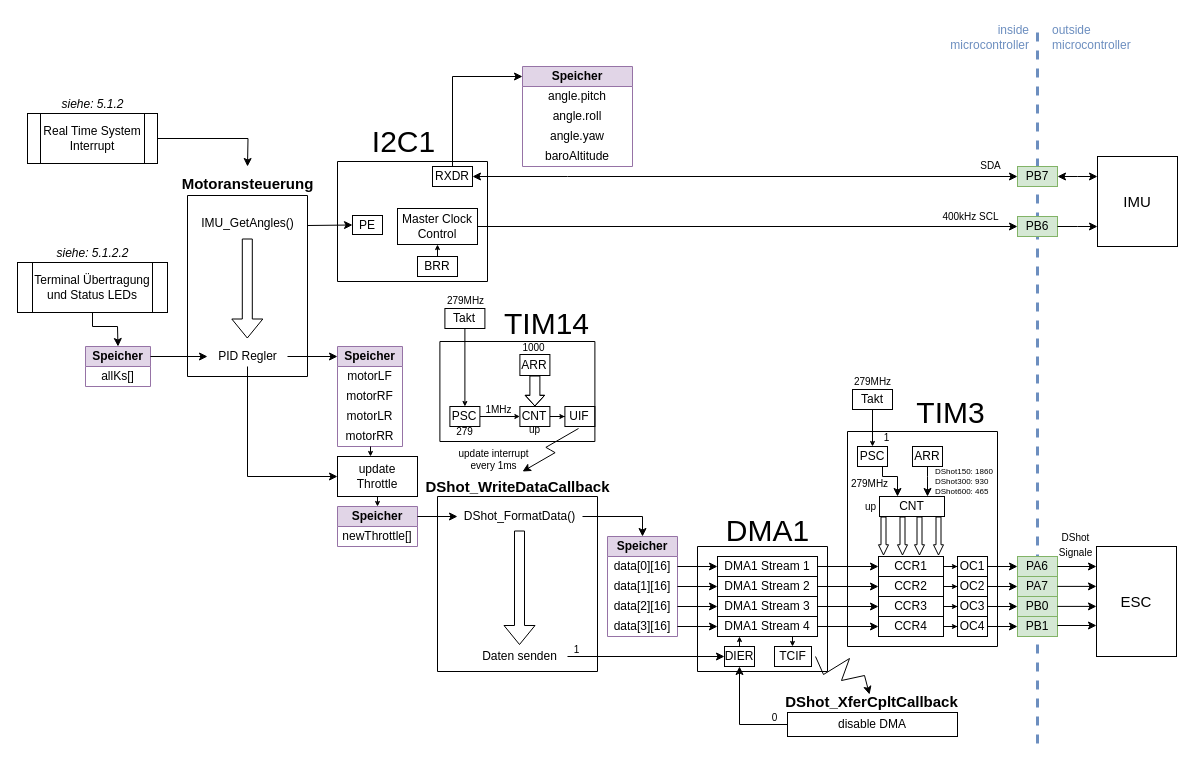
Before: page "Motoransteuerung" (4 of 5) of Dokumentation/Bilder/Softwarearchitektur/Softwarearchitektur.drawio in FrogMoment/FPV_Drohne_202324, a draw.io diagram. Source tidied: cells renumbered, new cells numbered last; positions are measured from the earlier drawing's top-left corner, leaving out a move shared by most shapes. Both pictures are drawn from the tidied source at 100%, with x=0, y=0 at pixel (17, 17).
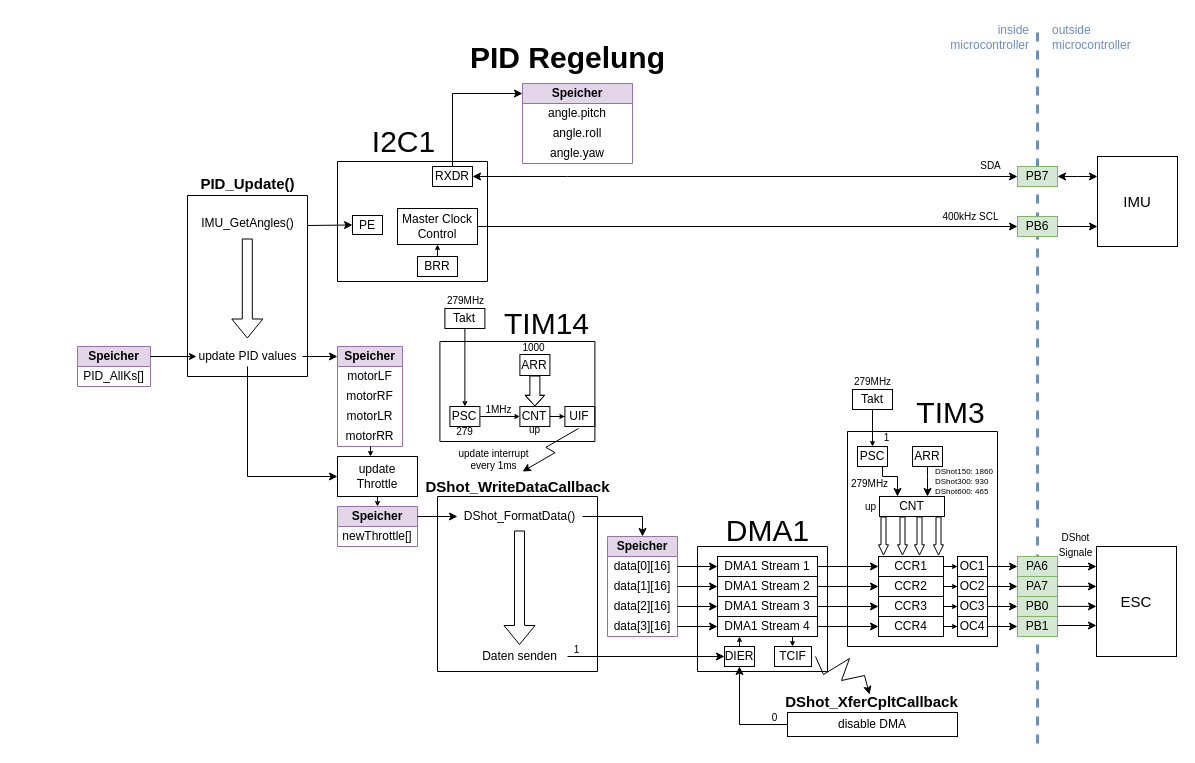
The same diagram, later.

Unchanged cells that the change refers to:
```xml
<mxCell id="21" value="RXDR" style="whiteSpace=wrap;html=1;" parent="1" vertex="1">
  <mxGeometry x="415" y="149" width="40" height="20" as="geometry" />
</mxCell>
```

What changed in the source:
```diff
@@
-    <mxCell id="3" value="&lt;font style=&quot;font-size: 15px;&quot;&gt;&lt;b&gt;Motoransteuerung&lt;/b&gt;&lt;/font&gt;" style="text;html=1;align=center;verticalAlign=middle;strokeColor=none;fillColor=none;" parent="1" vertex="1">
-      <mxGeometry x="150" y="151" width="160" height="30" as="geometry" />
+    <mxCell id="3" value="&lt;font style=&quot;font-size: 15px;&quot;&gt;&lt;b&gt;PID_Update()&lt;/b&gt;&lt;/font&gt;" style="text;html=1;align=center;verticalAlign=middle;strokeColor=none;fillColor=none;" parent="1" vertex="1">
+      <mxGeometry x="170" y="151" width="120" height="30" as="geometry" />
     </mxCell>
@@
-    <mxCell id="17" style="edgeStyle=orthogonalEdgeStyle;rounded=0;jettySize=auto;html=1;exitX=1;exitY=0.5;exitDx=0;exitDy=0;" parent="1" edge="1" source="18">
-      <mxGeometry relative="1" as="geometry">
-        <mxPoint x="230" y="149" as="targetPoint" />
-      </mxGeometry>
-    </mxCell>
-    <mxCell id="18" value="Real Time System&lt;br&gt;Interrupt" style="shape=process;whiteSpace=wrap;html=1;backgroundOutline=1;" parent="1" vertex="1">
-      <mxGeometry x="10" y="96" width="130" height="50" as="geometry" />
-    </mxCell>
-    <mxCell id="19" value="&lt;i&gt;siehe: 5.1.2&lt;/i&gt;" style="text;html=1;align=center;verticalAlign=middle;strokeColor=none;fillColor=none;" parent="1" vertex="1">
-      <mxGeometry x="30" y="72" width="90" height="30" as="geometry" />
-    </mxCell>
@@
     <mxCell id="29" value="&lt;b&gt;Speicher&lt;/b&gt;" style="swimlane;fontStyle=0;horizontal=1;startSize=20;whiteSpace=wrap;html=1;fillColor=#e1d5e7;strokeColor=#9673a6;" parent="1" vertex="1">
-      <mxGeometry x="505" y="49" width="110" height="100" as="geometry" />
+      <mxGeometry x="505" y="66" width="110" height="80" as="geometry" />
     </mxCell>
@@
-    <mxCell id="33" value="baroAltitude" style="text;strokeColor=none;fillColor=none;align=center;verticalAlign=middle;spacingLeft=4;spacingRight=4;overflow=hidden;whiteSpace=wrap;html=1;" parent="29" vertex="1">
-      <mxGeometry y="80" width="110" height="20" as="geometry" />
-    </mxCell>
@@
     <mxCell id="37" style="endArrow=classic;html=1;rounded=0;exitX=0.5;exitY=0;exitDx=0;exitDy=0;" parent="1" edge="1" source="21">
       <mxGeometry relative="1" as="geometry">
-        <mxPoint x="505" y="59" as="targetPoint" />
+        <mxPoint x="505" y="76" as="targetPoint" />
         <Array as="points">
-          <mxPoint x="435" y="59" />
+          <mxPoint x="435" y="76" />
         </Array>
       </mxGeometry>
     </mxCell>
@@
-    <mxCell id="39" value="PID Regler" style="text;html=1;align=center;verticalAlign=middle;strokeColor=none;fillColor=none;" parent="1" vertex="1">
-      <mxGeometry x="190" y="324" width="80" height="30" as="geometry" />
+    <mxCell id="39" value="update PID values" style="text;html=1;align=center;verticalAlign=middle;strokeColor=none;fillColor=none;" parent="1" vertex="1">
+      <mxGeometry x="170" y="324" width="120" height="30" as="geometry" />
     </mxCell>
     <mxCell id="40" value="&lt;b&gt;Speicher&lt;/b&gt;" style="swimlane;fontStyle=0;horizontal=1;startSize=20;whiteSpace=wrap;html=1;fillColor=#e1d5e7;strokeColor=#9673a6;" parent="1" vertex="1">
-      <mxGeometry x="68" y="329" width="65" height="40" as="geometry" />
+      <mxGeometry x="60" y="329" width="73" height="40" as="geometry" />
     </mxCell>
-    <mxCell id="41" value="&lt;font style=&quot;font-size: 12px;&quot;&gt;allKs[]&lt;/font&gt;" style="text;strokeColor=none;fillColor=none;align=center;verticalAlign=middle;spacingLeft=4;spacingRight=4;overflow=hidden;whiteSpace=wrap;html=1;" parent="40" vertex="1">
-      <mxGeometry y="20" width="65" height="20" as="geometry" />
+    <mxCell id="41" value="&lt;font style=&quot;font-size: 12px;&quot;&gt;PID_AllKs[]&lt;/font&gt;" style="text;strokeColor=none;fillColor=none;align=center;verticalAlign=middle;spacingLeft=4;spacingRight=4;overflow=hidden;whiteSpace=wrap;html=1;" parent="40" vertex="1">
+      <mxGeometry y="20" width="73" height="20" as="geometry" />
     </mxCell>
@@
-    <mxCell id="43" style="endArrow=classic;html=1;rounded=0;exitX=1;exitY=0.25;exitDx=0;exitDy=0;" parent="1" edge="1" source="40">
+    <mxCell id="43" style="endArrow=classic;html=1;rounded=0;exitX=1;exitY=0.25;exitDx=0;exitDy=0;endSize=5;" parent="1" edge="1" source="40">
       <mxGeometry relative="1" as="geometry">
-        <mxPoint x="190" y="339" as="targetPoint" />
+        <mxPoint x="179" y="339" as="targetPoint" />
       </mxGeometry>
     </mxCell>
-    <mxCell id="44" value="Terminal Übertragung&lt;br&gt;und Status LEDs" style="shape=process;whiteSpace=wrap;html=1;backgroundOutline=1;" parent="1" vertex="1">
-      <mxGeometry y="245" width="150" height="50" as="geometry" />
-    </mxCell>
-    <mxCell id="45" value="&lt;i&gt;siehe: 5.1.2.2&lt;/i&gt;" style="text;html=1;align=center;verticalAlign=middle;strokeColor=none;fillColor=none;" parent="1" vertex="1">
-      <mxGeometry x="25" y="221" width="100" height="30" as="geometry" />
-    </mxCell>
@@
     <mxCell id="51" style="endArrow=classic;html=1;rounded=0;" parent="1" edge="1">
       <mxGeometry relative="1" as="geometry">
-        <mxPoint x="270" y="339" as="sourcePoint" />
+        <mxPoint x="285" y="339" as="sourcePoint" />
         <mxPoint x="320" y="339" as="targetPoint" />
       </mxGeometry>
     </mxCell>
@@
-    <mxCell id="145" style="endArrow=classic;html=1;rounded=0;entryX=0.5;entryY=0;entryDx=0;entryDy=0;exitX=0.5;exitY=1;exitDx=0;exitDy=0;" parent="1" edge="1" source="44" target="40">
-      <mxGeometry relative="1" as="geometry">
-        <Array as="points">
-          <mxPoint x="75" y="309" />
-          <mxPoint x="100" y="309" />
-        </Array>
-      </mxGeometry>
-    </mxCell>
@@
+    <mxCell id="173" value="&lt;b&gt;&lt;font style=&quot;font-size: 30px;&quot;&gt;PID Regelung&lt;/font&gt;&lt;/b&gt;" style="text;html=1;align=center;verticalAlign=middle;strokeColor=none;fillColor=none;" parent="1" vertex="1">
+      <mxGeometry x="440" y="15" width="220" height="50" as="geometry" />
+    </mxCell>
```
